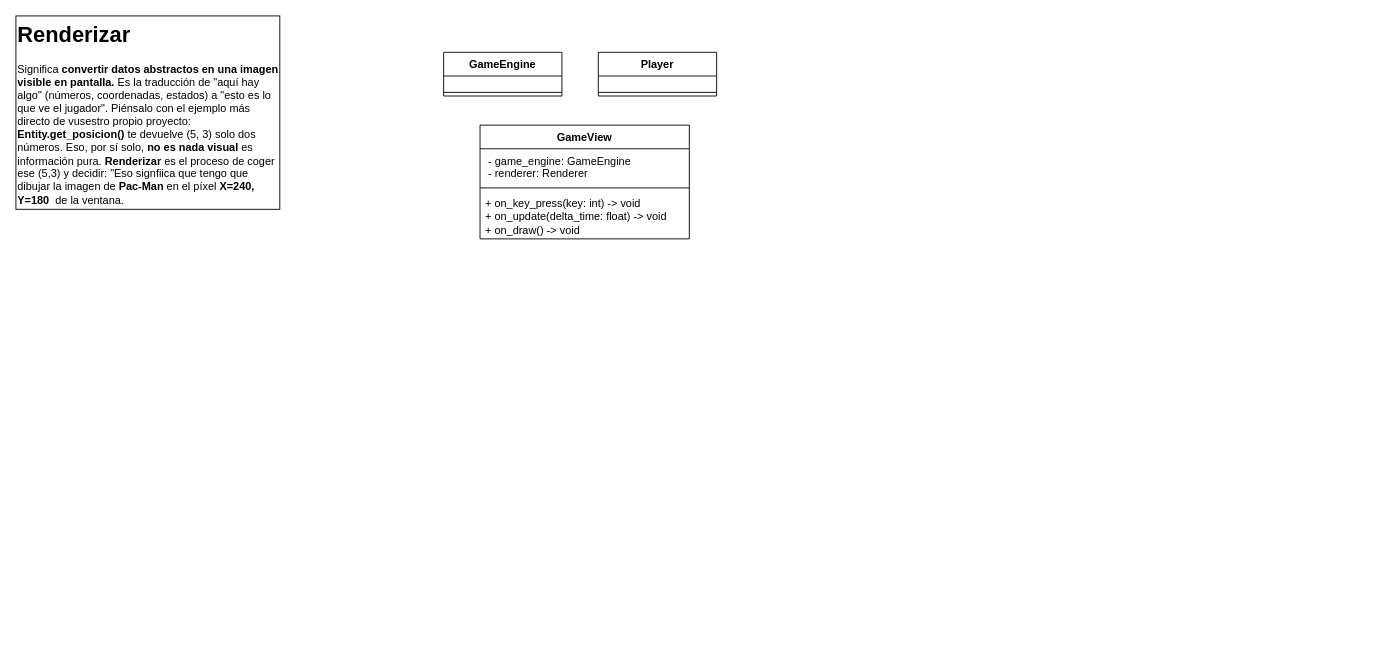
sergioromero2k/42_Pac-Man_v1.4 keeps this draw.io diagram as docs/images/2_UML_Renderizado.drawio. Above is the earlier version. Source tidied: cells renumbered, new cells numbered last; positions are measured from the earlier drawing's top-left corner, leaving out a move shared by most shapes. Both pictures are drawn from the tidied source at 91%, with x=0, y=0 at pixel (15, 15).
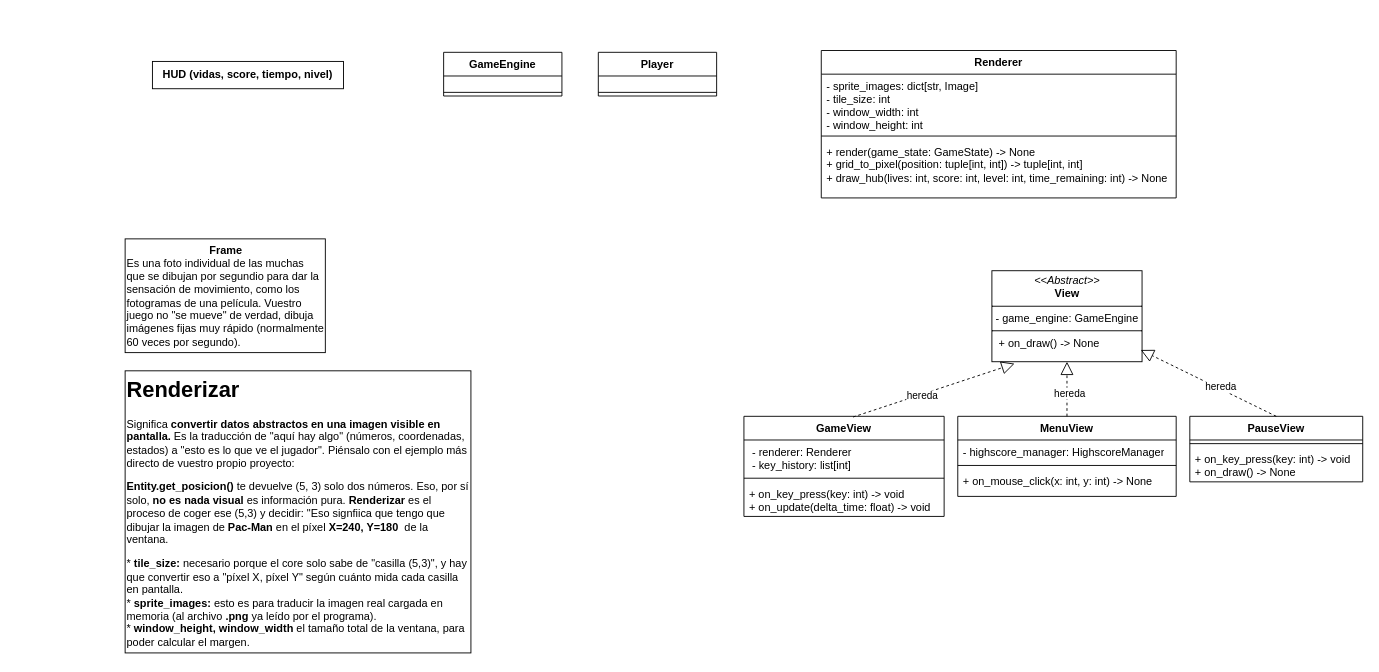
The same page after the edit.

Commit message (it also covers changes not shown here):
feat(uml): adding more features diagram

The edit, as a diff of the source:
```diff
@@
-    <mxCell id="2" value="&lt;h1 style=&quot;margin-top: 0px;&quot;&gt;Renderizar&lt;/h1&gt;&lt;p&gt;Significa &lt;b&gt;convertir datos abstractos en una imagen visible en pantalla. &lt;/b&gt;Es la traducción de &quot;aquí hay algo&quot; (números, coordenadas, estados) a &quot;esto es lo que ve el jugador&quot;. Piénsalo con el ejemplo más directo de vusestro propio proyecto: &lt;b&gt;Entity.get_posicion() &lt;/b&gt;te devuelve (5, 3) solo dos números. Eso, por sí solo, &lt;b&gt;no es nada visual &lt;/b&gt;es información pura. &lt;b&gt;Renderizar &lt;/b&gt;es el proceso de coger ese (5,3) y decidir: &quot;Eso signfiica que tengo que dibujar la imagen de &lt;b&gt;Pac-Man &lt;/b&gt;en el píxel &lt;b&gt;X=240, Y=180&amp;nbsp;&lt;/b&gt;&amp;nbsp;de la ventana.&lt;/p&gt;&lt;p&gt;&lt;br&gt;&lt;/p&gt;" style="text;html=1;whiteSpace=wrap;overflow=hidden;rounded=0;fillColor=none;strokeColor=default;" parent="1" vertex="1">
-      <mxGeometry width="290" height="212.5" as="geometry" />
+    <mxCell id="2" value="&lt;h1 style=&quot;margin-top: 0px;&quot;&gt;Renderizar&lt;/h1&gt;&lt;p&gt;Significa &lt;b&gt;convertir datos abstractos en una imagen visible en pantalla. &lt;/b&gt;Es la traducción de &quot;aquí hay algo&quot; (números, coordenadas, estados) a &quot;esto es lo que ve el jugador&quot;. Piénsalo con el ejemplo más directo de vuestro propio proyecto:&lt;/p&gt;&lt;p&gt;&lt;b&gt;Entity.get_posicion() &lt;/b&gt;te devuelve (5, 3) solo dos números. Eso, por sí solo, &lt;b&gt;no es nada visual &lt;/b&gt;es información pura. &lt;b&gt;Renderizar &lt;/b&gt;es el proceso de coger ese (5,3) y decidir: &quot;Eso signfiica que tengo que dibujar la imagen de &lt;b&gt;Pac-Man &lt;/b&gt;en el píxel &lt;b&gt;X=240, Y=180&amp;nbsp;&lt;/b&gt;&amp;nbsp;de la ventana.&lt;/p&gt;&lt;p&gt;* &lt;b&gt;tile_size: &lt;/b&gt;necesario porque el core solo sabe de &quot;casilla (5,3)&quot;, y hay que convertir eso a &quot;píxel X, píxel Y&quot; según cuánto mida cada casilla en pantalla.&lt;br&gt;* &lt;b&gt;sprite_images: &lt;/b&gt;esto es para traducir la imagen real cargada en memoria (al archivo &lt;b&gt;.png &lt;/b&gt;ya leído por el programa).&lt;br&gt;* &lt;b&gt;window_height, window_width &lt;/b&gt;el tamaño total de la ventana, para poder calcular el margen.&lt;/p&gt;&lt;p&gt;&lt;br&gt;&lt;br&gt;&lt;/p&gt;&lt;p&gt;&lt;br&gt;&lt;/p&gt;&lt;p&gt;&lt;br&gt;&lt;/p&gt;" style="text;html=1;whiteSpace=wrap;overflow=hidden;rounded=0;fillColor=none;strokeColor=default;" parent="1" vertex="1">
+      <mxGeometry x="120" y="390" width="380" height="310" as="geometry" />
     </mxCell>
     <mxCell id="3" value="GameView" style="swimlane;fontStyle=1;align=center;verticalAlign=top;horizontal=1;startSize=26;whiteSpace=wrap;html=1;" parent="1" vertex="1">
-      <mxGeometry x="510" y="120" width="230" height="125" as="geometry" />
+      <mxGeometry x="800" y="440" width="220" height="110" as="geometry" />
     </mxCell>
-    <mxCell id="4" value="&amp;nbsp;- game_engine: GameEngine&lt;div&gt;&amp;nbsp;- renderer: Renderer&lt;/div&gt;" style="text;strokeColor=none;fillColor=none;align=left;verticalAlign=top;spacingLeft=4;spacingRight=4;overflow=hidden;whiteSpace=wrap;html=1;" parent="3" vertex="1">
-      <mxGeometry y="26" width="230" height="39" as="geometry" />
+    <mxCell id="4" value="&lt;div&gt;&amp;nbsp;- renderer: Renderer&lt;/div&gt;&lt;div&gt;&amp;nbsp;- key_history: list[int]&lt;/div&gt;" style="text;strokeColor=none;fillColor=none;align=left;verticalAlign=top;spacingLeft=4;spacingRight=4;overflow=hidden;whiteSpace=wrap;html=1;" parent="3" vertex="1">
+      <mxGeometry y="26" width="220" height="38" as="geometry" />
     </mxCell>
     <mxCell id="5" style="line;strokeWidth=1;fillColor=none;align=left;verticalAlign=middle;spacingTop=-1;spacingLeft=3;spacingRight=3;labelPosition=right;strokeColor=inherit;" parent="3" vertex="1">
-      <mxGeometry y="65" width="230" height="8" as="geometry" />
+      <mxGeometry y="64" width="220" height="8" as="geometry" />
     </mxCell>
-    <mxCell id="6" value="+ on_key_press(key: int) -&amp;gt; void&lt;div&gt;+ on_update(delta_time: float) -&amp;gt; void&lt;/div&gt;&lt;div&gt;+ on_draw() -&amp;gt; void&lt;/div&gt;" style="text;strokeColor=none;fillColor=none;align=left;verticalAlign=top;spacingLeft=4;spacingRight=4;overflow=hidden;whiteSpace=wrap;html=1;" parent="3" vertex="1">
-      <mxGeometry y="73" width="230" height="52" as="geometry" />
+    <mxCell id="6" value="+ on_key_press(key: int) -&amp;gt; void&lt;div&gt;+ on_update(delta_time: float) -&amp;gt; void&lt;/div&gt;&lt;div&gt;&lt;br&gt;&lt;/div&gt;" style="text;strokeColor=none;fillColor=none;align=left;verticalAlign=top;spacingLeft=4;spacingRight=4;overflow=hidden;whiteSpace=wrap;html=1;" parent="3" vertex="1">
+      <mxGeometry y="72" width="220" height="38" as="geometry" />
     </mxCell>
@@
+    <mxCell id="13" value="&lt;div style=&quot;text-align: center;&quot;&gt;&lt;b style=&quot;background-color: transparent; color: light-dark(rgb(0, 0, 0), rgb(255, 255, 255));&quot;&gt;Frame&lt;/b&gt;&lt;/div&gt;&lt;div&gt;Es una foto individual de las muchas que se dibujan por segundio para dar la sensación de movimiento, como los fotogramas de una película. Vuestro juego no &quot;se mueve&quot; de verdad, dibuja imágenes fijas muy rápido (normalmente 60 veces por segundo).&lt;/div&gt;" style="text;html=1;whiteSpace=wrap;strokeColor=default;fillColor=none;align=left;verticalAlign=middle;rounded=0;" parent="1" vertex="1">
+      <mxGeometry x="120" y="245" width="220" height="125" as="geometry" />
+    </mxCell>
+    <mxCell id="14" value="Renderer" style="swimlane;fontStyle=1;align=center;verticalAlign=top;horizontal=1;startSize=26;whiteSpace=wrap;html=1;" parent="1" vertex="1">
+      <mxGeometry x="885" y="38" width="390" height="162" as="geometry" />
+    </mxCell>
+    <mxCell id="15" value="&lt;div&gt;&lt;div&gt;- sprite_images: dict[str, Image]&lt;/div&gt;&lt;/div&gt;- tile_size: int&lt;div&gt;&lt;span style=&quot;background-color: transparent; color: light-dark(rgb(0, 0, 0), rgb(255, 255, 255));&quot;&gt;- window_width: int&lt;/span&gt;&lt;/div&gt;&lt;div&gt;- window_height: int&lt;/div&gt;" style="text;strokeColor=none;fillColor=none;align=left;verticalAlign=top;spacingLeft=4;spacingRight=4;overflow=hidden;whiteSpace=wrap;html=1;" parent="14" vertex="1">
+      <mxGeometry y="26" width="390" height="64" as="geometry" />
+    </mxCell>
+    <mxCell id="16" style="line;strokeWidth=1;fillColor=none;align=left;verticalAlign=middle;spacingTop=-1;spacingLeft=3;spacingRight=3;labelPosition=right;strokeColor=inherit;" parent="14" vertex="1">
+      <mxGeometry y="90" width="390" height="8" as="geometry" />
+    </mxCell>
+    <mxCell id="17" value="+ render(game_state: GameState) -&amp;gt; None&lt;div&gt;+ grid_to_pixel(position: tuple[int, int]) -&amp;gt; tuple[int, int]&lt;/div&gt;&lt;div&gt;+ draw_hub(lives: int, score: int, level: int, time_remaining: int) -&amp;gt; None&lt;/div&gt;" style="text;strokeColor=none;fillColor=none;align=left;verticalAlign=top;spacingLeft=4;spacingRight=4;overflow=hidden;whiteSpace=wrap;html=1;" parent="14" vertex="1">
+      <mxGeometry y="98" width="390" height="64" as="geometry" />
+    </mxCell>
+    <mxCell id="18" value="&lt;div style=&quot;&quot;&gt;&lt;b&gt;HUD (vidas, score, tiempo, nivel)&lt;/b&gt;&lt;/div&gt;" style="text;html=1;whiteSpace=wrap;strokeColor=default;fillColor=none;align=center;verticalAlign=middle;rounded=0;" parent="1" vertex="1">
+      <mxGeometry x="150" y="50" width="210" height="30" as="geometry" />
+    </mxCell>
+    <mxCell id="19" value="MenuView" style="swimlane;fontStyle=1;align=center;verticalAlign=top;horizontal=1;startSize=26;whiteSpace=wrap;html=1;" parent="1" vertex="1">
+      <mxGeometry x="1035" y="440" width="240" height="88" as="geometry" />
+    </mxCell>
+    <mxCell id="20" value="&lt;div&gt;&lt;div&gt;&lt;span style=&quot;background-color: transparent; color: light-dark(rgb(0, 0, 0), rgb(255, 255, 255));&quot;&gt;- highscore_manager: HighscoreManager&lt;/span&gt;&lt;/div&gt;&lt;/div&gt;" style="text;strokeColor=none;fillColor=none;align=left;verticalAlign=top;spacingLeft=4;spacingRight=4;overflow=hidden;whiteSpace=wrap;html=1;" parent="19" vertex="1">
+      <mxGeometry y="26" width="240" height="24" as="geometry" />
+    </mxCell>
+    <mxCell id="21" style="line;strokeWidth=1;fillColor=none;align=left;verticalAlign=middle;spacingTop=-1;spacingLeft=3;spacingRight=3;labelPosition=right;strokeColor=inherit;" parent="19" vertex="1">
+      <mxGeometry y="50" width="240" height="8" as="geometry" />
+    </mxCell>
+    <mxCell id="22" value="+ on_mouse_click(x: int, y: int) -&amp;gt; None" style="text;strokeColor=none;fillColor=none;align=left;verticalAlign=top;spacingLeft=4;spacingRight=4;overflow=hidden;whiteSpace=wrap;html=1;" parent="19" vertex="1">
+      <mxGeometry y="58" width="240" height="30" as="geometry" />
+    </mxCell>
+    <mxCell id="23" value="PauseView" style="swimlane;fontStyle=1;align=center;verticalAlign=top;horizontal=1;startSize=26;whiteSpace=wrap;html=1;" parent="1" vertex="1">
+      <mxGeometry x="1290" y="440" width="190" height="72" as="geometry" />
+    </mxCell>
+    <mxCell id="24" style="line;strokeWidth=1;fillColor=none;align=left;verticalAlign=middle;spacingTop=-1;spacingLeft=3;spacingRight=3;labelPosition=right;strokeColor=inherit;" parent="23" vertex="1">
+      <mxGeometry y="26" width="190" height="8" as="geometry" />
+    </mxCell>
+    <mxCell id="25" value="&lt;div&gt;+ on_key_press(key: int) -&amp;gt; void&lt;/div&gt;&lt;div&gt;+ on_draw() -&amp;gt; None&lt;/div&gt;" style="text;strokeColor=none;fillColor=none;align=left;verticalAlign=top;spacingLeft=4;spacingRight=4;overflow=hidden;whiteSpace=wrap;html=1;" parent="23" vertex="1">
+      <mxGeometry y="34" width="190" height="38" as="geometry" />
+    </mxCell>
+    <mxCell id="26" value="&lt;p style=&quot;margin:0px;margin-top:4px;text-align:center;&quot;&gt;&lt;i&gt;&amp;lt;&amp;lt;Abstract&amp;gt;&amp;gt;&lt;/i&gt;&lt;br&gt;&lt;b&gt;View&lt;/b&gt;&lt;/p&gt;&lt;hr size=&quot;1&quot; style=&quot;border-style:solid;&quot;&gt;&lt;p style=&quot;margin: 0px 0px 0px 4px;&quot;&gt;&lt;span style=&quot;background-color: transparent; color: light-dark(rgb(0, 0, 0), rgb(255, 255, 255));&quot;&gt;- game_engine: GameEngine&lt;/span&gt;&lt;/p&gt;&lt;hr size=&quot;1&quot; style=&quot;border-style:solid;&quot;&gt;&lt;p style=&quot;margin: 0px 0px 0px 4px;&quot;&gt;&lt;span style=&quot;background-color: transparent; color: light-dark(rgb(0, 0, 0), rgb(255, 255, 255));&quot;&gt;&amp;nbsp;+ on_draw() -&amp;gt; None&lt;/span&gt;&lt;/p&gt;" style="verticalAlign=top;align=left;overflow=fill;html=1;whiteSpace=wrap;" parent="1" vertex="1">
+      <mxGeometry x="1072.5" y="280" width="165" height="100" as="geometry" />
+    </mxCell>
+    <mxCell id="27" style="endArrow=block;dashed=1;endFill=0;endSize=12;html=1;rounded=0;exitX=0.545;exitY=0.007;exitDx=0;exitDy=0;entryX=0.151;entryY=1.021;entryDx=0;entryDy=0;exitPerimeter=0;entryPerimeter=0;" parent="1" edge="1" source="3" target="26">
+      <mxGeometry relative="1" as="geometry" />
+    </mxCell>
+    <mxCell id="28" value="hereda" style="edgeLabel;html=1;align=center;verticalAlign=middle;" parent="27" vertex="1">
+      <mxGeometry x="-0.15" y="-2" relative="1" as="geometry" />
+    </mxCell>
+    <mxCell id="29" style="endArrow=block;dashed=1;endFill=0;endSize=12;html=1;rounded=0;exitX=0.5;exitY=0;exitDx=0;exitDy=0;entryX=0.5;entryY=1;entryDx=0;entryDy=0;" parent="1" edge="1" source="19" target="26">
+      <mxGeometry relative="1" as="geometry" />
+    </mxCell>
+    <mxCell id="30" value="hereda" style="edgeLabel;html=1;align=center;verticalAlign=middle;" parent="29" vertex="1">
+      <mxGeometry x="-0.15" y="-2" relative="1" as="geometry" />
+    </mxCell>
+    <mxCell id="31" style="endArrow=block;dashed=1;endFill=0;endSize=12;html=1;rounded=0;exitX=0.5;exitY=0;exitDx=0;exitDy=0;entryX=0.991;entryY=0.871;entryDx=0;entryDy=0;entryPerimeter=0;" parent="1" edge="1" source="23" target="26">
+      <mxGeometry relative="1" as="geometry" />
+    </mxCell>
+    <mxCell id="32" value="hereda" style="edgeLabel;html=1;align=center;verticalAlign=middle;" parent="31" vertex="1">
+      <mxGeometry x="-0.15" y="-2" relative="1" as="geometry" />
+    </mxCell>
```
